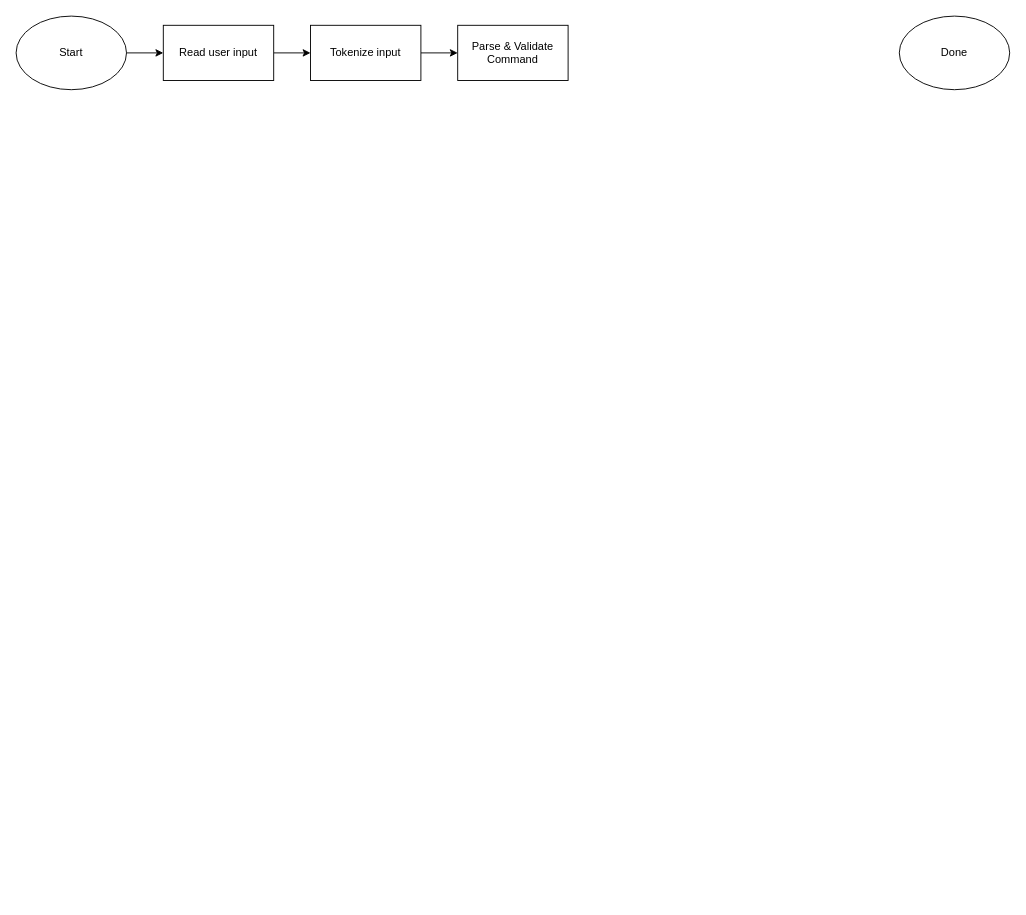
bddkalle/minishell keeps this draw.io diagram as page "Flowchart for Command Execution" (3 of 3) of _gitignore/minishell.drawio. Above is the earlier version. Source tidied: cells renumbered, new cells numbered last; positions are measured from the earlier drawing's top-left corner, leaving out a move shared by most shapes. Both pictures are drawn from the tidied source at 92%, with x=0, y=0 at pixel (16, 16).
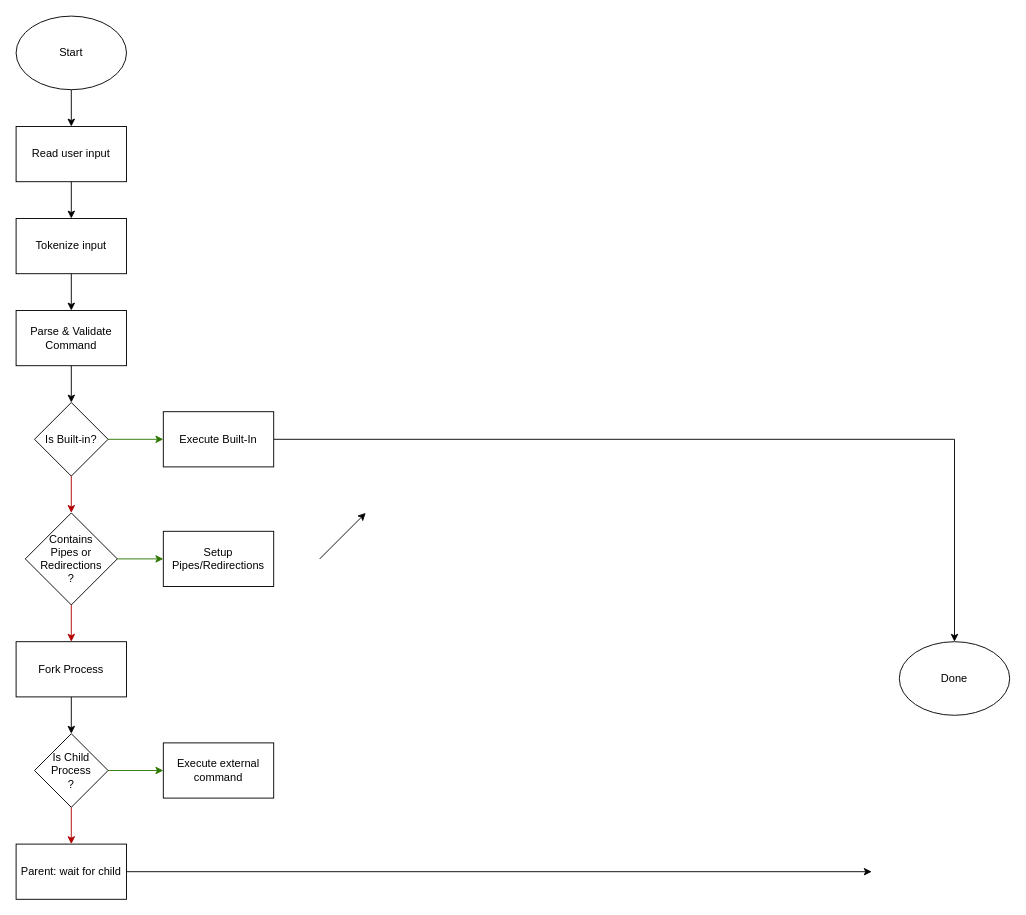
The same page after the edit.

Change to the diagram source:
```diff
@@
     <mxCell id="4" value="Done" style="ellipse;whiteSpace=wrap;html=1;" parent="1" vertex="1">
-      <mxGeometry x="960" width="120" height="80" as="geometry" />
+      <mxGeometry x="960" y="680" width="120" height="80" as="geometry" />
     </mxCell>
@@
     <mxCell id="6" value="Read user input" style="rounded=0;whiteSpace=wrap;html=1;" parent="1" vertex="1">
-      <mxGeometry x="160" y="10" width="120" height="60" as="geometry" />
+      <mxGeometry y="120" width="120" height="60" as="geometry" />
     </mxCell>
@@
     <mxCell id="8" value="Tokenize input" style="rounded=0;whiteSpace=wrap;html=1;" parent="1" vertex="1">
-      <mxGeometry x="320" y="10" width="120" height="60" as="geometry" />
+      <mxGeometry y="220" width="120" height="60" as="geometry" />
     </mxCell>
+    <mxCell id="10" style="edgeStyle=orthogonalEdgeStyle;rounded=0;jettySize=auto;html=1;" parent="1" edge="1" source="9" target="13">
+      <mxGeometry relative="1" as="geometry" />
+    </mxCell>
     <mxCell id="9" value="Parse &amp;amp; Validate Command" style="rounded=0;whiteSpace=wrap;html=1;" parent="1" vertex="1">
-      <mxGeometry x="480" y="10" width="120" height="60" as="geometry" />
+      <mxGeometry y="320" width="120" height="60" as="geometry" />
     </mxCell>
+    <mxCell id="11" style="edgeStyle=orthogonalEdgeStyle;rounded=0;jettySize=auto;html=1;fillColor=#60a917;strokeColor=#2D7600;" parent="1" edge="1" source="13" target="15">
+      <mxGeometry relative="1" as="geometry" />
+    </mxCell>
+    <mxCell id="12" style="edgeStyle=orthogonalEdgeStyle;rounded=0;jettySize=auto;html=1;exitX=0.5;exitY=1;exitDx=0;exitDy=0;entryX=0.5;entryY=0;entryDx=0;entryDy=0;fillColor=#e51400;strokeColor=#B20000;" parent="1" edge="1" source="13" target="18">
+      <mxGeometry relative="1" as="geometry" />
+    </mxCell>
+    <mxCell id="13" value="Is Built-in?" style="rhombus;whiteSpace=wrap;html=1;" parent="1" vertex="1">
+      <mxGeometry x="20" y="420" width="80" height="80" as="geometry" />
+    </mxCell>
+    <mxCell id="14" style="edgeStyle=orthogonalEdgeStyle;rounded=0;jettySize=auto;html=1;exitX=1;exitY=0.5;exitDx=0;exitDy=0;entryX=0.5;entryY=0;entryDx=0;entryDy=0;" parent="1" edge="1" source="15" target="4">
+      <mxGeometry relative="1" as="geometry">
+        <Array as="points">
+          <mxPoint x="1020" y="460" />
+        </Array>
+      </mxGeometry>
+    </mxCell>
+    <mxCell id="15" value="Execute Built-In" style="rounded=0;whiteSpace=wrap;html=1;" parent="1" vertex="1">
+      <mxGeometry x="160" y="430" width="120" height="60" as="geometry" />
+    </mxCell>
+    <mxCell id="16" style="edgeStyle=orthogonalEdgeStyle;rounded=0;jettySize=auto;html=1;fillColor=#e51400;strokeColor=#B20000;" parent="1" edge="1" source="18" target="20">
+      <mxGeometry relative="1" as="geometry" />
+    </mxCell>
+    <mxCell id="17" style="edgeStyle=orthogonalEdgeStyle;rounded=0;jettySize=auto;html=1;fillColor=#60a917;strokeColor=#2D7600;" parent="1" edge="1" source="18" target="21">
+      <mxGeometry relative="1" as="geometry" />
+    </mxCell>
+    <mxCell id="18" value="Contains&lt;br&gt;Pipes or&lt;br&gt;Redirections&lt;br&gt;?" style="rhombus;whiteSpace=wrap;html=1;" parent="1" vertex="1">
+      <mxGeometry x="10" y="540" width="100" height="100" as="geometry" />
+    </mxCell>
+    <mxCell id="19" style="edgeStyle=orthogonalEdgeStyle;rounded=0;jettySize=auto;html=1;" parent="1" edge="1" source="20" target="24">
+      <mxGeometry relative="1" as="geometry" />
+    </mxCell>
+    <mxCell id="20" value="Fork Process" style="whiteSpace=wrap;html=1;" parent="1" vertex="1">
+      <mxGeometry y="680" width="120" height="60" as="geometry" />
+    </mxCell>
+    <mxCell id="21" value="Setup Pipes/Redirections" style="whiteSpace=wrap;html=1;" parent="1" vertex="1">
+      <mxGeometry x="160" y="560" width="120" height="60" as="geometry" />
+    </mxCell>
+    <mxCell id="22" style="edgeStyle=orthogonalEdgeStyle;rounded=0;jettySize=auto;html=1;fillColor=#60a917;strokeColor=#2D7600;" parent="1" edge="1" source="24" target="25">
+      <mxGeometry relative="1" as="geometry" />
+    </mxCell>
+    <mxCell id="23" style="edgeStyle=orthogonalEdgeStyle;rounded=0;jettySize=auto;html=1;fillColor=#e51400;strokeColor=#B20000;" parent="1" edge="1" source="24" target="27">
+      <mxGeometry relative="1" as="geometry" />
+    </mxCell>
+    <mxCell id="24" value="Is Child Process&lt;br&gt;?" style="rhombus;whiteSpace=wrap;html=1;" parent="1" vertex="1">
+      <mxGeometry x="20" y="780" width="80" height="80" as="geometry" />
+    </mxCell>
+    <mxCell id="25" value="Execute external command" style="whiteSpace=wrap;html=1;" parent="1" vertex="1">
+      <mxGeometry x="160" y="790" width="120" height="60" as="geometry" />
+    </mxCell>
+    <mxCell id="26" style="edgeStyle=orthogonalEdgeStyle;rounded=0;jettySize=auto;html=1;exitX=1;exitY=0.5;exitDx=0;exitDy=0;" parent="1" edge="1" source="27">
+      <mxGeometry relative="1" as="geometry">
+        <mxPoint x="930" y="930" as="targetPoint" />
+      </mxGeometry>
+    </mxCell>
+    <mxCell id="27" value="Parent: wait for child" style="whiteSpace=wrap;html=1;" parent="1" vertex="1">
+      <mxGeometry y="900" width="120" height="60" as="geometry" />
+    </mxCell>
+    <mxCell id="28" style="endArrow=classic;html=1;rounded=0;" parent="1" edge="1">
+      <mxGeometry relative="1" as="geometry">
+        <mxPoint x="330" y="590" as="sourcePoint" />
+        <mxPoint x="380" y="540" as="targetPoint" />
+      </mxGeometry>
+    </mxCell>
```
